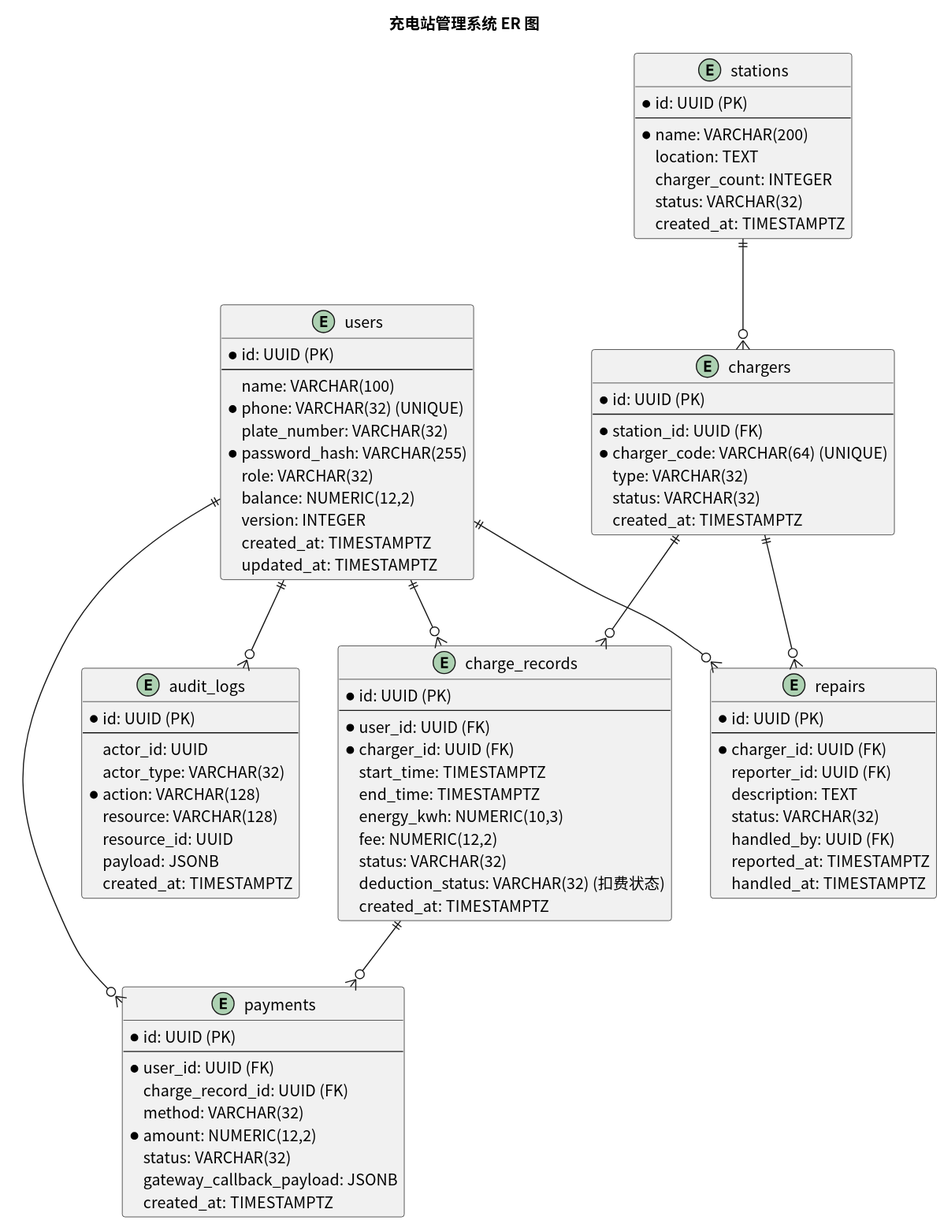
greenhandzdl/charging-station-doc keeps this PlantUML diagram as usecase/docs/database/img/er_diagram.svg. Above is the earlier version.
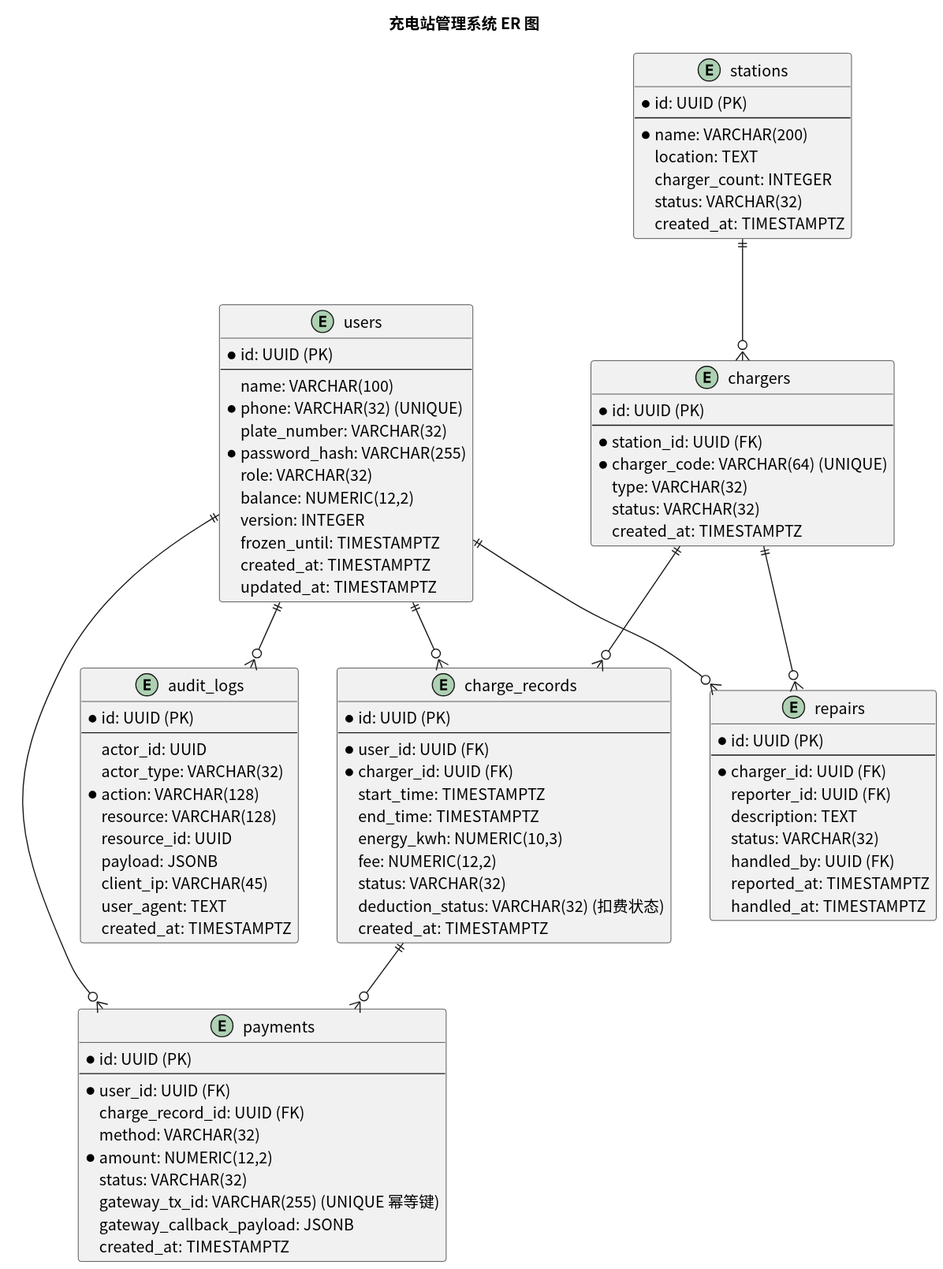
Later version of the same file.

Diff of the diagram source:
```diff
@@ -13,6 +13,7 @@
   role: VARCHAR(32)
   balance: NUMERIC(12,2)
   version: INTEGER
+  frozen_until: TIMESTAMPTZ
   created_at: TIMESTAMPTZ
   updated_at: TIMESTAMPTZ
 }
@@ -59,6 +60,7 @@
   method: VARCHAR(32)
   *amount: NUMERIC(12,2)
   status: VARCHAR(32)
+  gateway_tx_id: VARCHAR(255) (UNIQUE 幂等键)
   gateway_callback_payload: JSONB
   created_at: TIMESTAMPTZ
 }
@@ -84,6 +86,8 @@
   resource: VARCHAR(128)
   resource_id: UUID
   payload: JSONB
+  client_ip: VARCHAR(45)
+  user_agent: TEXT
   created_at: TIMESTAMPTZ
 }
 
```
